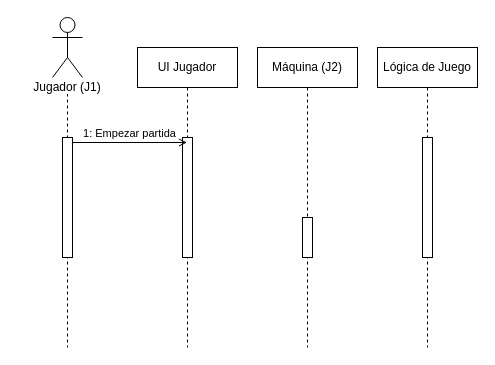
ThronReden/NCA-DESAFIO-EQUIPO-6 keeps this draw.io diagram as ENTORNOS_DE_DESARROLLO/DrawIO/DiagramaSecuencia3EnRaya.drawio. Above is the earlier version. Source tidied: cells renumbered, new cells numbered last; positions are measured from the earlier drawing's top-left corner, leaving out a move shared by most shapes. Both pictures are drawn from the tidied source at 100%, with x=0, y=0 at pixel (17, 17).
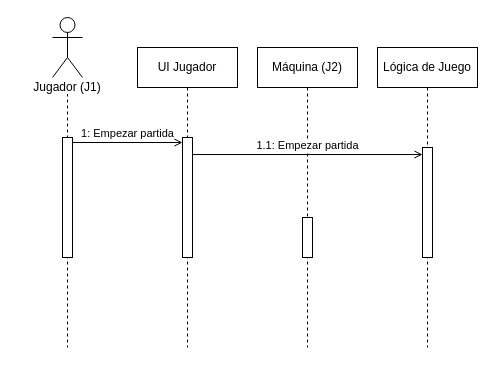
The same diagram, later.

Commit message:
update Diagrama 3EnRaya

What changed in the source:
```diff
@@
 <mxGraphModel>
   <root>
     <mxCell id="0" />
     <mxCell id="1" parent="0" />
     <mxCell id="2" value="UI Jugador" style="shape=umlLifeline;perimeter=lifelinePerimeter;whiteSpace=wrap;html=1;outlineConnect=0;portConstraint=eastwest;newEdgeStyle={&quot;edgeStyle&quot;:&quot;elbowEdgeStyle&quot;,&quot;elbow&quot;:&quot;vertical&quot;,&quot;curved&quot;:0,&quot;rounded&quot;:0};" parent="1" vertex="1">
       <mxGeometry x="120" y="30" width="100" height="300" as="geometry" />
     </mxCell>
     <mxCell id="3" style="html=1;points=[[0,0,0,0,5],[0,1,0,0,-5],[1,0,0,0,5],[1,1,0,0,-5]];perimeter=orthogonalPerimeter;outlineConnect=0;targetShapes=umlLifeline;portConstraint=eastwest;newEdgeStyle={&quot;curved&quot;:0,&quot;rounded&quot;:0};fillColor=default;" parent="2" vertex="1">
       <mxGeometry x="45" y="90" width="10" height="120" as="geometry" />
     </mxCell>
     <mxCell id="4" value="Máquina (J2)" style="shape=umlLifeline;perimeter=lifelinePerimeter;whiteSpace=wrap;html=1;newEdgeStyle={&quot;edgeStyle&quot;:&quot;elbowEdgeStyle&quot;,&quot;elbow&quot;:&quot;vertical&quot;,&quot;curved&quot;:0,&quot;rounded&quot;:0};" parent="1" vertex="1">
       <mxGeometry x="240" y="30" width="100" height="300" as="geometry" />
     </mxCell>
     <mxCell id="5" style="html=1;perimeter=orthogonalPerimeter;targetShapes=umlLifeline;newEdgeStyle={&quot;curved&quot;:0,&quot;rounded&quot;:0};" parent="4" vertex="1">
       <mxGeometry x="45" y="170" width="10" height="40" as="geometry" />
     </mxCell>
     <mxCell id="6" style="shape=umlActor;verticalLabelPosition=bottom;verticalAlign=top;html=1;" parent="1" vertex="1">
       <mxGeometry x="35" width="30" height="60" as="geometry" />
     </mxCell>
     <mxCell id="7" value="&lt;span style=&quot;background-color: light-dark(#ffffff, var(--ge-dark-color, #121212));&quot;&gt;Jugador (J1)&lt;/span&gt;" style="shape=umlLifeline;perimeter=lifelinePerimeter;whiteSpace=wrap;html=1;newEdgeStyle={&quot;edgeStyle&quot;:&quot;elbowEdgeStyle&quot;,&quot;elbow&quot;:&quot;vertical&quot;,&quot;curved&quot;:0,&quot;rounded&quot;:0};size=0;" parent="1" vertex="1">
       <mxGeometry y="70" width="100" height="260" as="geometry" />
     </mxCell>
     <mxCell id="8" style="html=1;points=[[0,0,0,0,5],[0,1,0,0,-5],[1,0,0,0,5],[1,1,0,0,-5]];perimeter=orthogonalPerimeter;outlineConnect=0;targetShapes=umlLifeline;portConstraint=eastwest;newEdgeStyle={&quot;curved&quot;:0,&quot;rounded&quot;:0};" parent="7" vertex="1">
       <mxGeometry x="45" y="50" width="10" height="120" as="geometry" />
     </mxCell>
     <mxCell id="9" value="Lógica de Juego" style="shape=umlLifeline;perimeter=lifelinePerimeter;whiteSpace=wrap;html=1;newEdgeStyle={&quot;edgeStyle&quot;:&quot;elbowEdgeStyle&quot;,&quot;elbow&quot;:&quot;vertical&quot;,&quot;curved&quot;:0,&quot;rounded&quot;:0};" parent="1" vertex="1">
       <mxGeometry x="360" y="30" width="100" height="300" as="geometry" />
     </mxCell>
     <mxCell id="10" style="html=1;points=[[0,0,0,0,5],[0,1,0,0,-5],[1,0,0,0,5],[1,1,0,0,-5]];perimeter=orthogonalPerimeter;outlineConnect=0;targetShapes=umlLifeline;portConstraint=eastwest;newEdgeStyle={&quot;curved&quot;:0,&quot;rounded&quot;:0};" parent="9" vertex="1">
-      <mxGeometry x="45" y="90" width="10" height="120" as="geometry" />
+      <mxGeometry x="45" y="100" width="10" height="110" as="geometry" />
     </mxCell>
-    <mxCell id="11" value="1: Empezar partida" style="html=1;verticalAlign=bottom;labelBackgroundColor=none;endArrow=open;endFill=0;rounded=0;exitX=1;exitY=0;exitDx=0;exitDy=5;exitPerimeter=0;" parent="1" edge="1" source="8" target="2">
+    <mxCell id="11" value="1: Empezar partida" style="html=1;verticalAlign=bottom;labelBackgroundColor=none;endArrow=open;endFill=0;rounded=0;exitX=1;exitY=0;exitDx=0;exitDy=5;exitPerimeter=0;entryX=0;entryY=0;entryDx=0;entryDy=5;entryPerimeter=0;" parent="1" edge="1" source="8" target="3">
       <mxGeometry relative="1" as="geometry" />
     </mxCell>
+    <mxCell id="12" value="&lt;span style=&quot;background-color: light-dark(#ffffff, var(--ge-dark-color, #121212));&quot;&gt;1.1: Empezar partida&lt;/span&gt;" style="html=1;verticalAlign=bottom;labelBackgroundColor=none;endArrow=open;endFill=0;rounded=0;exitX=0.971;exitY=0.142;exitDx=0;exitDy=0;exitPerimeter=0;" parent="1" edge="1" source="3" target="10">
+      <mxGeometry relative="1" as="geometry" />
+    </mxCell>
   </root>
 </mxGraphModel>
```
